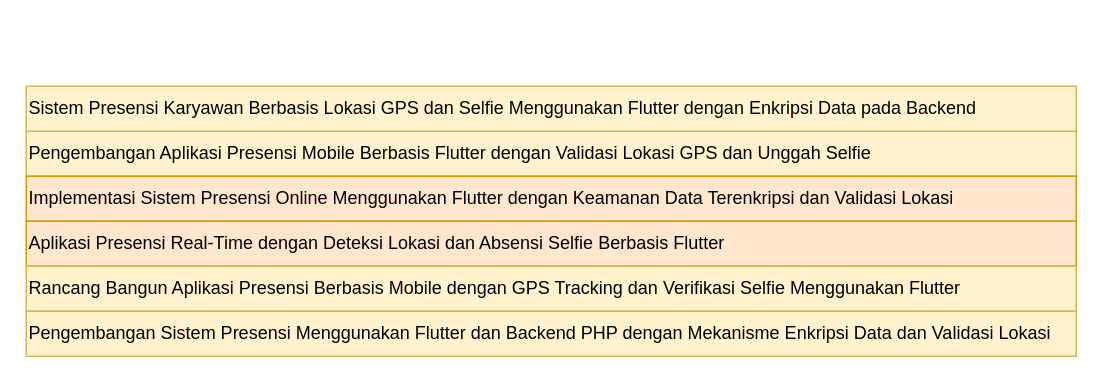
Nugraa21/Template-naskah-laporan keeps this draw.io diagram as .drawio. Above is the earlier version. Source tidied: cells renumbered, new cells numbered last; positions are measured from the earlier drawing's top-left corner, leaving out a move shared by most shapes. Both pictures are drawn from the tidied source at 150%, with x=0, y=0 at pixel (26, 86).
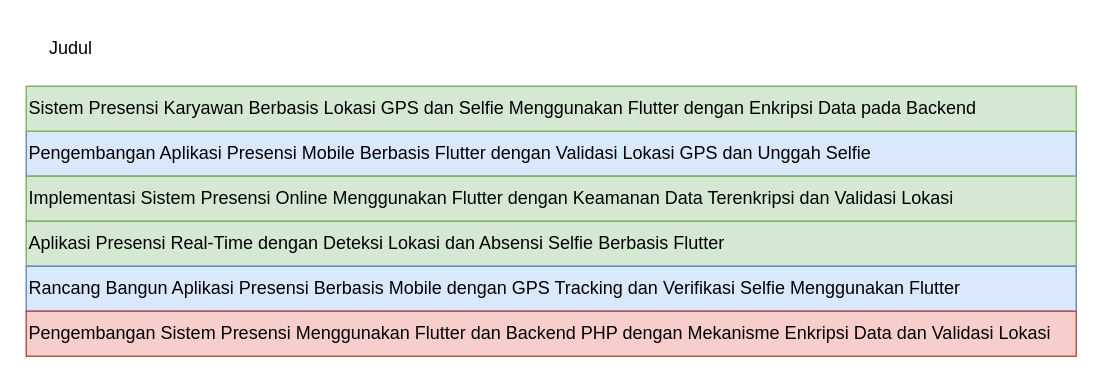
The same page after the edit.

The edit, as a diff of the source:
```diff
@@
 <mxGraphModel>
   <root>
     <mxCell id="0" />
     <mxCell id="1" parent="0" />
-    <mxCell id="2" style="rounded=0;whiteSpace=wrap;html=1;fillColor=#fff2cc;strokeColor=#d6b656;" parent="1" vertex="1">
+    <mxCell id="2" style="rounded=0;whiteSpace=wrap;html=1;fillColor=#dae8fc;strokeColor=#6c8ebf;" parent="1" vertex="1">
       <mxGeometry y="30" width="700" height="30" as="geometry" />
     </mxCell>
-    <mxCell id="3" style="rounded=0;whiteSpace=wrap;html=1;fillColor=#ffe6cc;strokeColor=#d79b00;" parent="1" vertex="1">
+    <mxCell id="3" style="rounded=0;whiteSpace=wrap;html=1;fillColor=#d5e8d4;strokeColor=#82b366;" parent="1" vertex="1">
       <mxGeometry y="60" width="700" height="30" as="geometry" />
     </mxCell>
-    <mxCell id="4" style="rounded=0;whiteSpace=wrap;html=1;fillColor=#ffe6cc;strokeColor=#d79b00;" parent="1" vertex="1">
+    <mxCell id="4" style="rounded=0;whiteSpace=wrap;html=1;fillColor=#d5e8d4;strokeColor=#82b366;" parent="1" vertex="1">
       <mxGeometry y="90" width="700" height="30" as="geometry" />
     </mxCell>
-    <mxCell id="5" style="rounded=0;whiteSpace=wrap;html=1;fillColor=#fff2cc;strokeColor=#d6b656;" parent="1" vertex="1">
+    <mxCell id="5" style="rounded=0;whiteSpace=wrap;html=1;fillColor=#dae8fc;strokeColor=#6c8ebf;" parent="1" vertex="1">
       <mxGeometry y="120" width="700" height="30" as="geometry" />
     </mxCell>
-    <mxCell id="6" style="rounded=0;whiteSpace=wrap;html=1;fillColor=#fff2cc;strokeColor=#d6b656;" parent="1" vertex="1">
+    <mxCell id="6" style="rounded=0;whiteSpace=wrap;html=1;fillColor=#f8cecc;strokeColor=#b85450;" parent="1" vertex="1">
       <mxGeometry y="150" width="700" height="30" as="geometry" />
     </mxCell>
-    <mxCell id="7" style="rounded=0;whiteSpace=wrap;html=1;fillColor=#fff2cc;strokeColor=#d6b656;" parent="1" vertex="1">
+    <mxCell id="7" style="rounded=0;whiteSpace=wrap;html=1;fillColor=#d5e8d4;strokeColor=#82b366;" parent="1" vertex="1">
       <mxGeometry width="700" height="30" as="geometry" />
     </mxCell>
     <mxCell id="8" value="Pengembangan Aplikasi Presensi Mobile Berbasis Flutter dengan Validasi Lokasi GPS dan Unggah Selfie" style="text;html=1;align=left;verticalAlign=middle;whiteSpace=wrap;rounded=0;" parent="1" vertex="1">
       <mxGeometry y="30" width="650" height="30" as="geometry" />
     </mxCell>
     <mxCell id="9" value="Sistem Presensi Karyawan Berbasis Lokasi GPS dan Selfie Menggunakan Flutter dengan Enkripsi Data pada Backend" style="text;html=1;align=left;verticalAlign=middle;whiteSpace=wrap;rounded=0;" parent="1" vertex="1">
       <mxGeometry width="650" height="30" as="geometry" />
     </mxCell>
     <mxCell id="10" value="Implementasi Sistem Presensi Online Menggunakan Flutter dengan Keamanan Data Terenkripsi dan Validasi Lokasi" style="text;html=1;align=left;verticalAlign=middle;whiteSpace=wrap;rounded=0;" parent="1" vertex="1">
       <mxGeometry y="60" width="650" height="30" as="geometry" />
     </mxCell>
     <mxCell id="11" value="Aplikasi Presensi Real-Time dengan Deteksi Lokasi dan Absensi Selfie Berbasis Flutter" style="text;html=1;align=left;verticalAlign=middle;whiteSpace=wrap;rounded=0;" parent="1" vertex="1">
       <mxGeometry y="90" width="650" height="30" as="geometry" />
     </mxCell>
     <mxCell id="12" value="Rancang Bangun Aplikasi Presensi Berbasis Mobile dengan GPS Tracking dan Verifikasi Selfie Menggunakan Flutter" style="text;html=1;align=left;verticalAlign=middle;whiteSpace=wrap;rounded=0;" parent="1" vertex="1">
       <mxGeometry y="120" width="650" height="30" as="geometry" />
     </mxCell>
     <mxCell id="13" value="Pengembangan Sistem Presensi Menggunakan Flutter dan Backend PHP dengan Mekanisme Enkripsi Data dan Validasi Lokasi" style="text;html=1;align=left;verticalAlign=middle;whiteSpace=wrap;rounded=0;" parent="1" vertex="1">
       <mxGeometry y="150" width="690" height="30" as="geometry" />
     </mxCell>
+    <mxCell id="14" value="Judul" style="text;html=1;align=center;verticalAlign=middle;whiteSpace=wrap;rounded=0;strokeWidth=6;" parent="1" vertex="1">
+      <mxGeometry y="-40" width="60" height="30" as="geometry" />
+    </mxCell>
   </root>
 </mxGraphModel>
```
